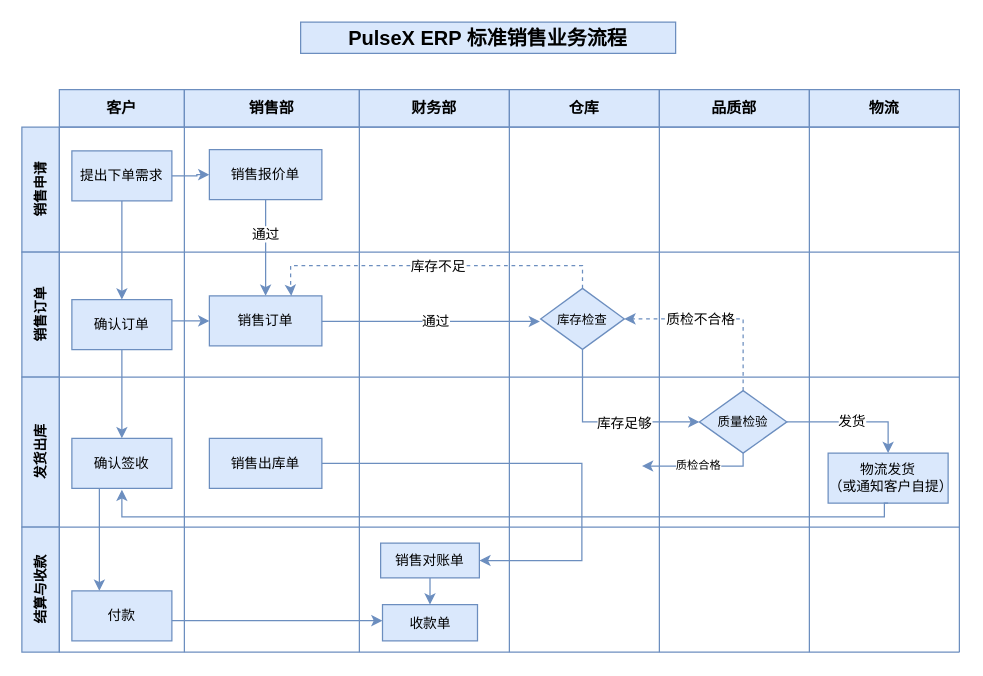
Above: 标准采购流程.drawio in Davidcircle/first_code (draw.io), before the change. Source tidied: cells renumbered, new cells numbered last; positions are measured from the earlier drawing's top-left corner, leaving out a move shared by most shapes. Both pictures are drawn from the tidied source at 125%, with x=0, y=0 at pixel (21, 21).
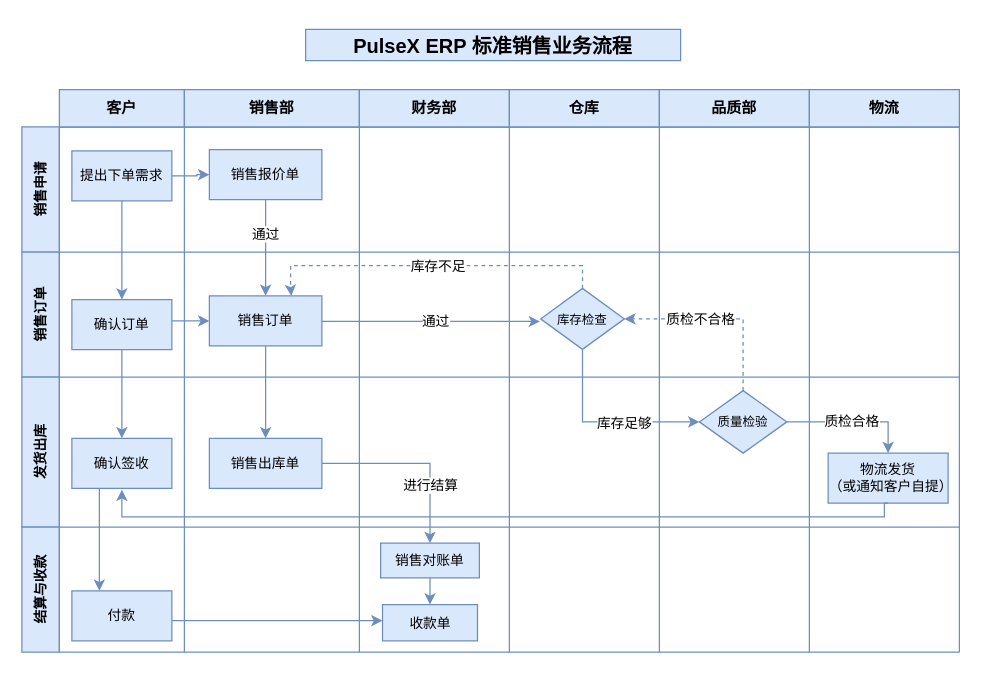
Above is the later version.

Commit message:
更新标准采购流程.drawio

The change refers to these unchanged cells:
```xml
<mxCell id="32" value="销售订单" style="rounded=0;whiteSpace=wrap;html=1;fillColor=#dae8fc;strokeColor=#6c8ebf;fontSize=11;" parent="1" vertex="1">
  <mxGeometry x="150" y="219.2" width="90" height="40" as="geometry" />
</mxCell>
<mxCell id="38" style="edgeStyle=orthogonalEdgeStyle;rounded=0;jettySize=auto;html=1;entryX=0.5;entryY=0;entryDx=0;entryDy=0;fillColor=#dae8fc;strokeColor=#6c8ebf;" parent="1" edge="1" source="40" target="43">
  <mxGeometry relative="1" as="geometry" />
</mxCell>
<mxCell id="42" value="销售出库单" style="rounded=0;whiteSpace=wrap;html=1;fillColor=#dae8fc;strokeColor=#6c8ebf;fontSize=11;" parent="1" vertex="1">
  <mxGeometry x="150" y="333.2" width="90" height="40" as="geometry" />
</mxCell>
<mxCell id="47" value="销售对账单" style="rounded=0;whiteSpace=wrap;html=1;fillColor=#dae8fc;strokeColor=#6c8ebf;fontSize=11;" parent="1" vertex="1">
  <mxGeometry x="287" y="417" width="79" height="27.8" as="geometry" />
</mxCell>
```

What changed in the source:
```diff
@@
     <mxCell id="2" value="PulseX ERP 标准销售业务流程" style="text;html=1;strokeColor=#6c8ebf;fillColor=#dae8fc;align=center;verticalAlign=middle;whiteSpace=wrap;rounded=0;fontSize=16;fontStyle=1;" parent="1" vertex="1">
-      <mxGeometry x="223" y="0.2" width="300" height="25" as="geometry" />
+      <mxGeometry x="227" y="6" width="300" height="25" as="geometry" />
     </mxCell>
@@
     <mxCell id="9" value="销售申请" style="rounded=0;whiteSpace=wrap;html=1;fillColor=#dae8fc;strokeColor=#6c8ebf;fontSize=11;fontStyle=1;horizontal=0;" parent="1" vertex="1">
-      <mxGeometry y="84.2" width="30" height="100" as="geometry" />
+      <mxGeometry y="84" width="30" height="100.2" as="geometry" />
     </mxCell>
@@
+    <mxCell id="59" style="edgeStyle=orthogonalEdgeStyle;rounded=0;jettySize=auto;html=1;entryX=0.5;entryY=0;entryDx=0;entryDy=0;fillColor=#dae8fc;strokeColor=#6c8ebf;" parent="1" edge="1" source="32" target="42">
+      <mxGeometry relative="1" as="geometry" />
+    </mxCell>
@@
-    <mxCell id="39" value="发货" style="edgeLabel;html=1;align=center;verticalAlign=middle;" parent="38" vertex="1">
+    <mxCell id="39" value="质检合格" style="edgeLabel;html=1;align=center;verticalAlign=middle;" parent="38" vertex="1">
       <mxGeometry x="-0.04" y="1" relative="1" as="geometry" />
     </mxCell>
@@
-    <mxCell id="41" style="edgeStyle=orthogonalEdgeStyle;rounded=0;jettySize=auto;html=1;entryX=1;entryY=0.5;entryDx=0;entryDy=0;fillColor=#dae8fc;strokeColor=#6c8ebf;" parent="1" edge="1" source="42" target="47">
-      <mxGeometry relative="1" as="geometry">
-        <Array as="points">
-          <mxPoint x="448" y="431" />
-        </Array>
-      </mxGeometry>
+    <mxCell id="41" style="edgeStyle=orthogonalEdgeStyle;rounded=0;jettySize=auto;html=1;fillColor=#dae8fc;strokeColor=#6c8ebf;" parent="1" edge="1" source="42" target="47">
+      <mxGeometry relative="1" as="geometry" />
     </mxCell>
+    <mxCell id="60" value="进行结算" style="edgeLabel;html=1;align=center;verticalAlign=middle;" parent="41" vertex="1">
+      <mxGeometry x="-0.32" y="-1" relative="1" as="geometry">
+        <mxPoint x="35" y="16" as="offset" />
+      </mxGeometry>
+    </mxCell>
@@
-    <mxCell id="54" value="质检合格" style="edgeStyle=orthogonalEdgeStyle;rounded=0;orthogonalLoop=1;jettySize=auto;html=1;strokeColor=#6c8ebf;strokeWidth=1;endArrow=classic;fontSize=9;exitX=0.5;exitY=1;exitDx=0;exitDy=0;fillColor=#dae8fc;entryX=1.001;entryY=0.152;entryDx=0;entryDy=0;entryPerimeter=0;" parent="1" edge="1">
-      <mxGeometry relative="1" as="geometry">
-        <mxPoint x="577" y="345" as="sourcePoint" />
-        <mxPoint x="496.1" y="355.3" as="targetPoint" />
-        <Array as="points">
-          <mxPoint x="577" y="355" />
-        </Array>
-      </mxGeometry>
-    </mxCell>
```
